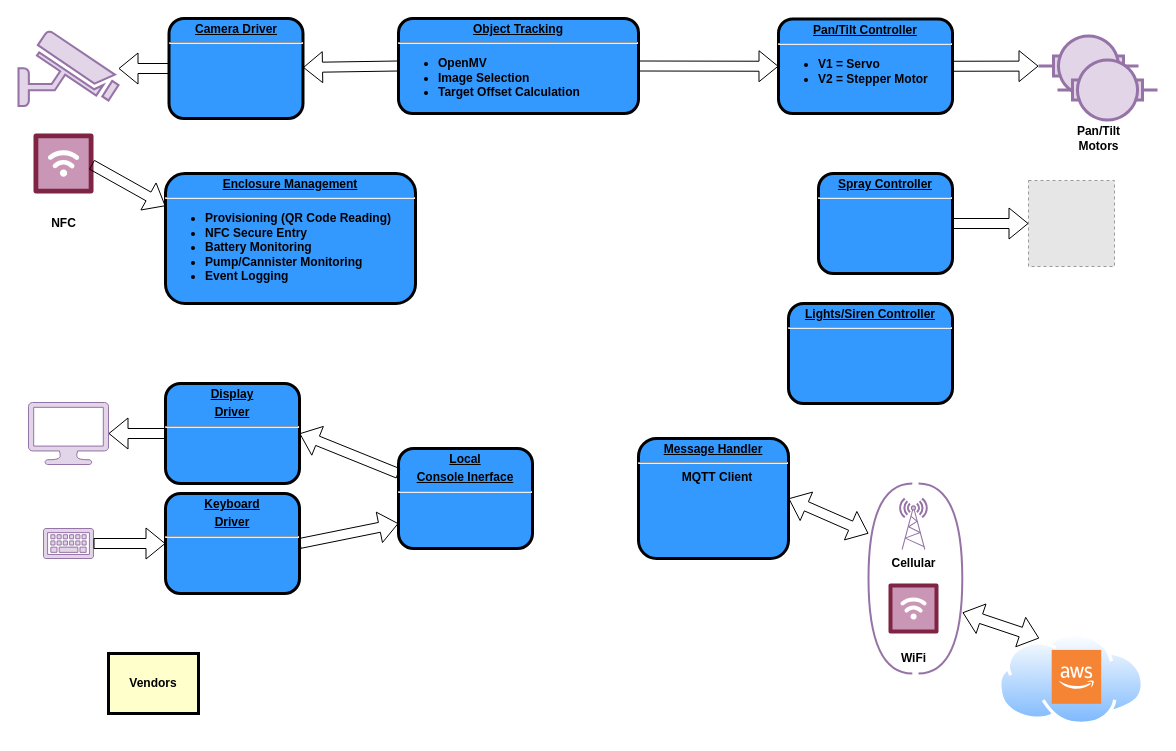
Before: firmware_block_diagram.drawio in kafolske/th_docs, a draw.io diagram. Source tidied: cells renumbered, new cells numbered last; positions are measured from the earlier drawing's top-left corner, leaving out a move shared by most shapes. Both pictures are drawn from the tidied source at 100%, with x=0, y=0 at pixel (18, 18). Pictures stored in the file or linked from it are replaced by grey dashed boxes.
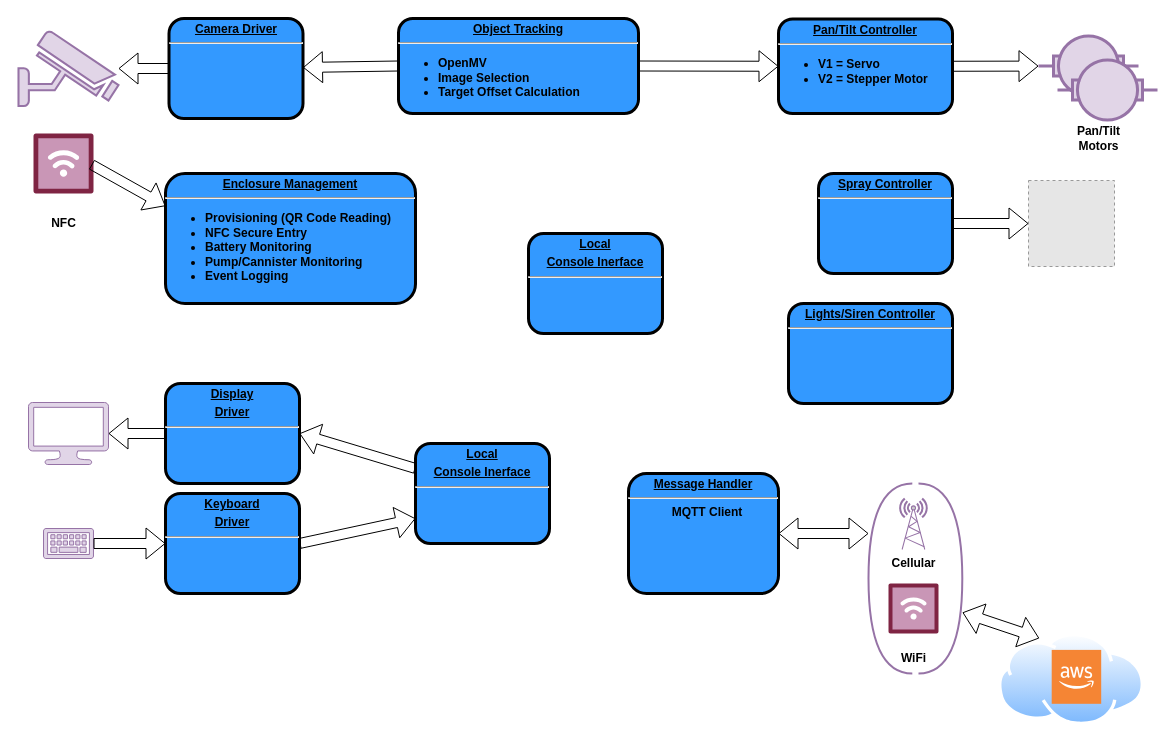
After the change.

The edit, as a diff of the source:
```diff
@@
     <mxCell id="6" value="&lt;p style=&quot;margin: 0px; margin-top: 4px; text-align: center; text-decoration: underline;&quot;&gt;&lt;strong&gt;Message Handler&lt;/strong&gt;&lt;/p&gt;&lt;hr&gt;&lt;p style=&quot;margin: 0px; margin-left: 8px;&quot;&gt;&lt;span style=&quot;background-color: initial;&quot;&gt;MQTT Client&lt;/span&gt;&lt;br&gt;&lt;/p&gt;" style="verticalAlign=middle;align=center;overflow=fill;fontSize=12;fontFamily=Helvetica;html=1;rounded=1;fontStyle=1;strokeWidth=3;fillColor=#3399FF;" parent="1" vertex="1">
-      <mxGeometry x="620" y="420" width="150" height="120" as="geometry" />
+      <mxGeometry x="610" y="455" width="150" height="120" as="geometry" />
     </mxCell>
@@
-    <mxCell id="9" value="Vendors" style="whiteSpace=wrap;align=center;verticalAlign=middle;fontStyle=1;strokeWidth=3;fillColor=#FFFFCC;" parent="1" vertex="1">
-      <mxGeometry x="90" y="635" width="90" height="60" as="geometry" />
-    </mxCell>
@@
     <mxCell id="13" value="&lt;p style=&quot;margin: 0px; margin-top: 4px; text-align: center; text-decoration: underline;&quot;&gt;Local&lt;/p&gt;&lt;p style=&quot;margin: 0px; margin-top: 4px; text-align: center; text-decoration: underline;&quot;&gt;Console Inerface&lt;/p&gt;&lt;hr&gt;&lt;p style=&quot;margin: 0px; margin-left: 8px;&quot;&gt;&lt;br&gt;&lt;/p&gt;" style="verticalAlign=middle;align=center;overflow=fill;fontSize=12;fontFamily=Helvetica;html=1;rounded=1;fontStyle=1;strokeWidth=3;fillColor=#3399FF;" parent="1" vertex="1">
-      <mxGeometry x="380" y="430" width="134" height="100" as="geometry" />
+      <mxGeometry x="397" y="425" width="134" height="100" as="geometry" />
     </mxCell>
@@
+    <mxCell id="43" value="&lt;p style=&quot;margin: 0px; margin-top: 4px; text-align: center; text-decoration: underline;&quot;&gt;Local&lt;/p&gt;&lt;p style=&quot;margin: 0px; margin-top: 4px; text-align: center; text-decoration: underline;&quot;&gt;Console Inerface&lt;/p&gt;&lt;hr&gt;&lt;p style=&quot;margin: 0px; margin-left: 8px;&quot;&gt;&lt;br&gt;&lt;/p&gt;" style="verticalAlign=middle;align=center;overflow=fill;fontSize=12;fontFamily=Helvetica;html=1;rounded=1;fontStyle=1;strokeWidth=3;fillColor=#3399FF;" parent="1" vertex="1">
+      <mxGeometry x="510" y="215" width="134" height="100" as="geometry" />
+    </mxCell>
```
